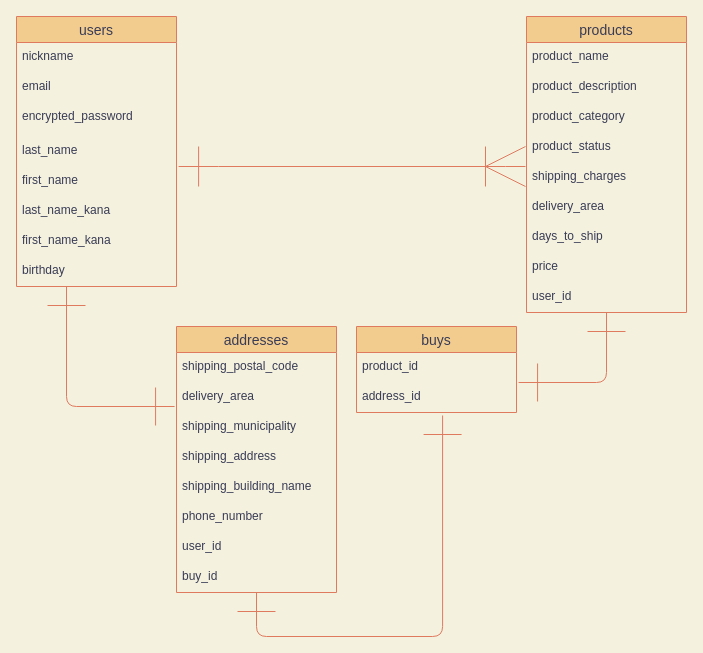
The draw.io diagram ER.dio in takushi6363/furima-33353, before the edit. Source tidied: cells renumbered, new cells numbered last; positions are measured from the earlier drawing's top-left corner, leaving out a move shared by most shapes. Both pictures are drawn from the tidied source at 100%, with x=0, y=0 at pixel (16, 16).
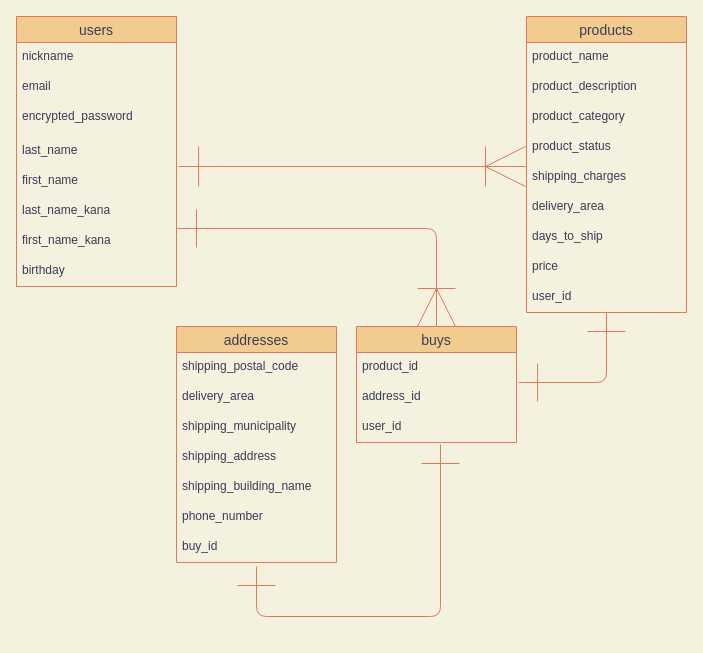
Above is the later version.

Commit message (it also covers changes not shown here):
再度修正依頼

Unchanged cells that the change refers to:
```xml
<mxCell id="9" value="first_name_kana" style="text;strokeColor=none;fillColor=none;spacingLeft=4;spacingRight=4;overflow=hidden;points=[[0,0.5],[1,0.5]];portConstraint=eastwest;fontSize=12;fontColor=#393C56;" parent="2" vertex="1">
  <mxGeometry y="210" width="160" height="30" as="geometry" />
</mxCell>
<mxCell id="23" value="address_id" style="text;strokeColor=none;fillColor=none;spacingLeft=4;spacingRight=4;overflow=hidden;points=[[0,0.5],[1,0.5]];portConstraint=eastwest;fontSize=12;fontColor=#393C56;" parent="21" vertex="1">
  <mxGeometry y="56" width="160" height="30" as="geometry" />
</mxCell>
<mxCell id="29" value="delivery_area" style="text;strokeColor=none;fillColor=none;spacingLeft=4;spacingRight=4;overflow=hidden;points=[[0,0.5],[1,0.5]];portConstraint=eastwest;fontSize=12;fontColor=#393C56;" parent="27" vertex="1">
  <mxGeometry y="56" width="160" height="30" as="geometry" />
</mxCell>
```

Change to the diagram source:
```diff
@@
     <mxCell id="21" value="buys" style="swimlane;fontStyle=0;horizontal=1;startSize=26;align=center;fontSize=14;fillColor=#F2CC8F;strokeColor=#E07A5F;fontColor=#393C56;" parent="1" vertex="1">
-      <mxGeometry x="340" y="310" width="160" height="86" as="geometry" />
+      <mxGeometry x="340" y="310" width="160" height="116" as="geometry" />
     </mxCell>
@@
+    <mxCell id="34" value="user_id" style="text;strokeColor=none;fillColor=none;spacingLeft=4;spacingRight=4;overflow=hidden;points=[[0,0.5],[1,0.5]];portConstraint=eastwest;fontSize=12;fontColor=#393C56;" parent="21" vertex="1">
+      <mxGeometry y="86" width="160" height="30" as="geometry" />
+    </mxCell>
@@
-    <mxCell id="25" style="edgeStyle=segmentEdgeStyle;endArrow=ERone;html=1;strokeWidth=1;startArrow=ERone;startFill=0;endFill=0;endSize=36;startSize=36;exitX=0.494;exitY=1.133;exitDx=0;exitDy=0;exitPerimeter=0;strokeColor=#E07A5F;fontColor=#393C56;labelBackgroundColor=#F4F1DE;entryX=-0.012;entryY=0.8;entryDx=0;entryDy=0;entryPerimeter=0;" parent="1" edge="1" target="29">
-      <mxGeometry relative="1" as="geometry">
-        <mxPoint x="50" y="270" as="sourcePoint" />
-        <Array as="points">
-          <mxPoint x="50" y="390" />
-        </Array>
-      </mxGeometry>
-    </mxCell>
@@
     <mxCell id="27" value="addresses" style="swimlane;fontStyle=0;horizontal=1;startSize=26;align=center;fontSize=14;fillColor=#F2CC8F;strokeColor=#E07A5F;fontColor=#393C56;" parent="1" vertex="1">
-      <mxGeometry x="160" y="310" width="160" height="266" as="geometry" />
+      <mxGeometry x="160" y="310" width="160" height="236" as="geometry" />
     </mxCell>
@@
-    <mxCell id="34" value="user_id" style="text;strokeColor=none;fillColor=none;spacingLeft=4;spacingRight=4;overflow=hidden;points=[[0,0.5],[1,0.5]];portConstraint=eastwest;fontSize=12;fontColor=#393C56;" parent="27" vertex="1">
-      <mxGeometry y="206" width="160" height="30" as="geometry" />
-    </mxCell>
     <mxCell id="35" value="buy_id" style="text;strokeColor=none;fillColor=none;spacingLeft=4;spacingRight=4;overflow=hidden;fontSize=12;fontColor=#393C56;" parent="27" vertex="1">
-      <mxGeometry y="236" width="160" height="30" as="geometry" />
+      <mxGeometry y="206" width="160" height="30" as="geometry" />
     </mxCell>
-    <mxCell id="36" style="edgeStyle=segmentEdgeStyle;endArrow=ERone;html=1;strokeWidth=1;startArrow=ERone;startFill=0;endFill=0;endSize=36;startSize=36;exitX=0.494;exitY=1.133;exitDx=0;exitDy=0;exitPerimeter=0;strokeColor=#E07A5F;fontColor=#393C56;labelBackgroundColor=#F4F1DE;entryX=0.538;entryY=1.1;entryDx=0;entryDy=0;entryPerimeter=0;" parent="1" edge="1" target="23">
+    <mxCell id="36" style="edgeStyle=segmentEdgeStyle;endArrow=ERone;html=1;strokeWidth=1;startArrow=ERone;startFill=0;endFill=0;endSize=36;startSize=36;strokeColor=#E07A5F;fontColor=#393C56;labelBackgroundColor=#F4F1DE;entryX=0.525;entryY=1.067;entryDx=0;entryDy=0;entryPerimeter=0;" parent="1" edge="1" target="34">
       <mxGeometry relative="1" as="geometry">
-        <mxPoint x="240" y="576" as="sourcePoint" />
+        <mxPoint x="240" y="550" as="sourcePoint" />
         <Array as="points">
-          <mxPoint x="240" y="620" />
-          <mxPoint x="426" y="620" />
+          <mxPoint x="240" y="600" />
+          <mxPoint x="424" y="600" />
         </Array>
       </mxGeometry>
     </mxCell>
+    <mxCell id="37" style="edgeStyle=segmentEdgeStyle;endArrow=ERoneToMany;html=1;strokeWidth=1;startArrow=ERone;startFill=0;endFill=0;endSize=36;startSize=36;strokeColor=#E07A5F;fontColor=#393C56;labelBackgroundColor=#F4F1DE;entryX=0.5;entryY=0;entryDx=0;entryDy=0;exitX=1.006;exitY=0.067;exitDx=0;exitDy=0;exitPerimeter=0;" parent="1" edge="1" source="9" target="21">
+      <mxGeometry relative="1" as="geometry">
+        <Array as="points">
+          <mxPoint x="420" y="212" />
+        </Array>
+      </mxGeometry>
+    </mxCell>
```
